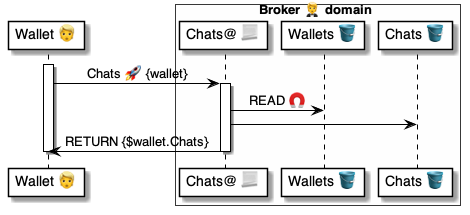
This is 4 ⚙️ Solution/20 🧑‍🦰 UI/Brokers 🤵/🤵🅰️ Broker methods/Chats 💬 Introduced 🔎🐌🤵/🤵 Introduced ⚙️ uml.png from pollyweb-org/pollyweb-docs, a PlantUML export, as it was before one commit. Its source is kept beside it as 4 ⚙️ Solution/20 🧑‍🦰 UI/Brokers 🤵/🤵🅰️ Broker methods/Chats 💬 Introduced 🔎🐌🤵/🤵 Introduced ⚙️ uml.puml.
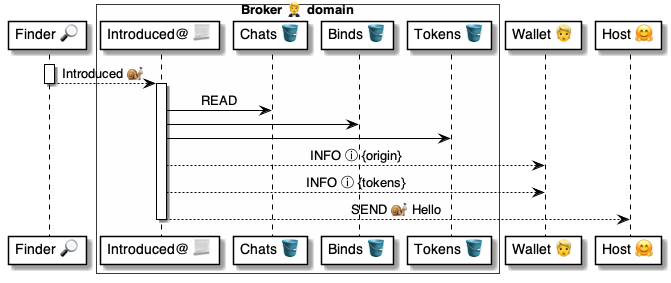
Later version of the same file.

Diff of the diagram source:
```diff
@@ -1,24 +1,31 @@
-@startuml Introduce@Broker
+@startuml Introduced@Broker
+
+participant "Finder 🔎" as finder
+
+box "Broker 🤵 domain"  #FFFFFA
+    participant "Introduced@ 📃" as broker
+    participant "Chats 🪣" as chats
+    participant "Binds 🪣" as binds
+    participant "Tokens 🪣" as tokens
+end box
+
+  participant "Wallet 👱" as wallet
+
+participant "Host 🤗" as host
 
 
-participant "Wallet 👱" as wallet
+activate finder
+    finder --> broker : Introduced 🐌
+deactivate finder
 
-box Broker 🤵 domain #FFFFFA
-    participant "Chats@ 📃" as broker
-    participant "Wallets 🪣" as wallets
-    participant "Chats 🪣" as chats
-end box
+activate broker
+    broker -> chats: READ
+    broker -> binds:
+    broker -> tokens:
+    broker --> wallet: INFO ⓘ {origin}
+    broker --> wallet: INFO ⓘ {tokens}
+    broker --> host: SEND 🐌 Hello
+deactivate broker
 
-activate wallet
-wallet -> broker: Chats 🚀 {wallet}
-
-    activate broker
-        broker -> wallets: READ 🧲
-        broker -> chats:
-
-        broker -> wallet: RETURN {$wallet.Chats}
-    deactivate broker
-
-deactivate wallet
 
 @enduml
```
